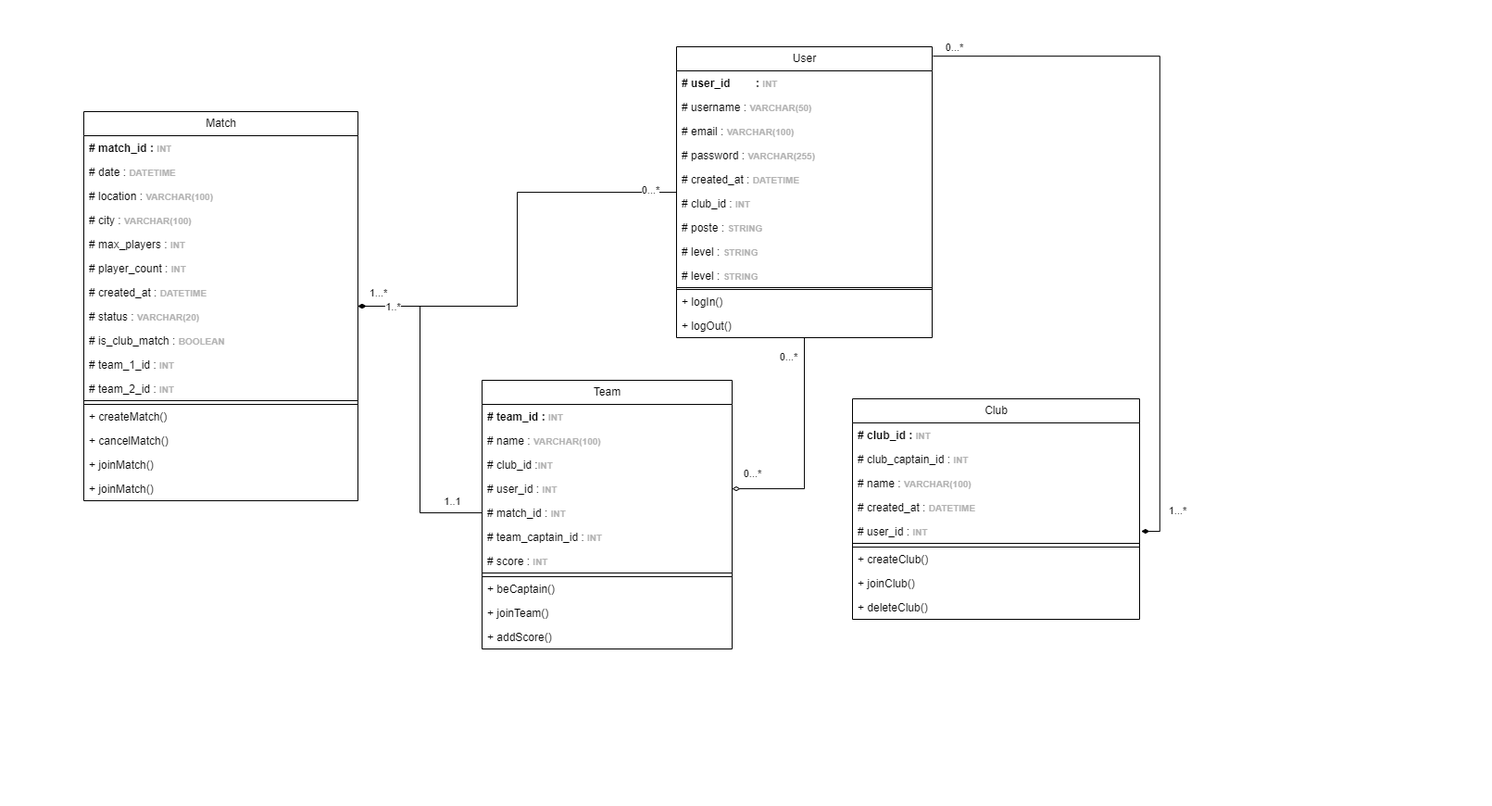
Before: UML Classes.drawio.png, a diagram exported from draw.io (Mathistrg/Styx). Source tidied: cells renumbered, new cells last; positions are measured from the earlier drawing's top-left corner, leaving out a move shared by most shapes.
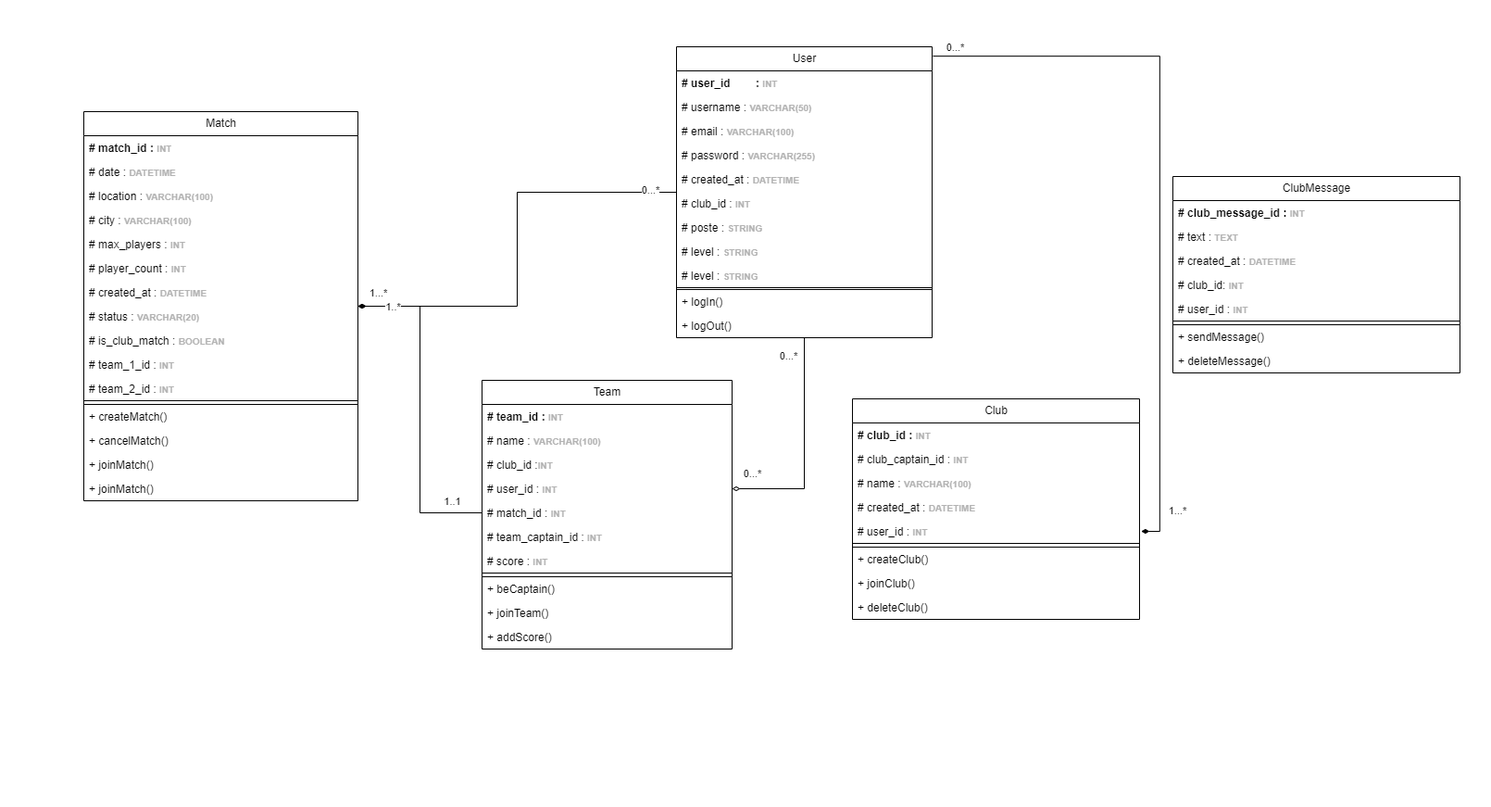
The same diagram one commit later.

Commit message:
Mettre à jour UML Classes.drawio.png

Diff of the diagram source:
```diff
@@ -218,5 +218,32 @@
         <mxPoint x="241" y="490" as="offset" />
       </mxGeometry>
     </mxCell>
+    <mxCell id="67" value="ClubMessage" style="swimlane;fontStyle=0;horizontal=1;startSize=26;fillColor=none;html=1;" parent="1" vertex="1">
+      <mxGeometry x="1266" y="190" width="310" height="212" as="geometry" />
+    </mxCell>
+    <mxCell id="68" value="&lt;b&gt;# club_message_id :&amp;nbsp;&lt;font color=&quot;#b3b3b3&quot;&gt;&lt;span style=&quot;font-size: 10px;&quot;&gt;INT&amp;nbsp;&lt;/span&gt;&lt;/font&gt;&lt;/b&gt;" style="text;strokeColor=none;fillColor=none;align=left;verticalAlign=top;spacingLeft=4;spacingRight=4;overflow=hidden;whiteSpace=wrap;html=1;" parent="67" vertex="1">
+      <mxGeometry y="26" width="310" height="26" as="geometry" />
+    </mxCell>
+    <mxCell id="69" value="# text :&amp;nbsp;&lt;b style=&quot;color: rgb(179, 179, 179); font-size: 10px;&quot;&gt;TEXT&amp;nbsp;&lt;/b&gt;" style="text;strokeColor=none;fillColor=none;align=left;verticalAlign=top;spacingLeft=4;spacingRight=4;overflow=hidden;whiteSpace=wrap;html=1;" parent="67" vertex="1">
+      <mxGeometry y="52" width="310" height="26" as="geometry" />
+    </mxCell>
+    <mxCell id="70" value="# created_at :&amp;nbsp;&lt;b style=&quot;color: rgb(179, 179, 179); font-size: 10px;&quot;&gt;DATETIME&amp;nbsp;&lt;/b&gt;" style="text;strokeColor=none;fillColor=none;align=left;verticalAlign=top;spacingLeft=4;spacingRight=4;overflow=hidden;whiteSpace=wrap;html=1;" parent="67" vertex="1">
+      <mxGeometry y="78" width="310" height="26" as="geometry" />
+    </mxCell>
+    <mxCell id="71" value="# club_id:&amp;nbsp;&lt;b style=&quot;color: rgb(179, 179, 179); font-size: 10px;&quot;&gt;INT&lt;/b&gt;" style="text;strokeColor=none;fillColor=none;align=left;verticalAlign=top;spacingLeft=4;spacingRight=4;overflow=hidden;whiteSpace=wrap;html=1;" parent="67" vertex="1">
+      <mxGeometry y="104" width="310" height="26" as="geometry" />
+    </mxCell>
+    <mxCell id="72" value="# user_id :&amp;nbsp;&lt;b style=&quot;color: rgb(179, 179, 179); font-size: 10px;&quot;&gt;INT&amp;nbsp;&lt;/b&gt;" style="text;strokeColor=none;fillColor=none;align=left;verticalAlign=top;spacingLeft=4;spacingRight=4;overflow=hidden;whiteSpace=wrap;html=1;" parent="67" vertex="1">
+      <mxGeometry y="130" width="310" height="26" as="geometry" />
+    </mxCell>
+    <mxCell id="73" value="user_id&lt;span style=&quot;white-space: pre;&quot;&gt;&#9;&lt;/span&gt;&lt;span style=&quot;white-space: pre;&quot;&gt;&#9;&lt;/span&gt;&lt;b style=&quot;color: rgb(179, 179, 179); font-size: 10px;&quot;&gt;INT&amp;nbsp;&lt;/b&gt;" style="text;strokeColor=default;fillColor=none;align=left;verticalAlign=top;spacingLeft=4;spacingRight=4;overflow=hidden;whiteSpace=wrap;html=1;" parent="67" vertex="1">
+      <mxGeometry y="156" width="310" height="4" as="geometry" />
+    </mxCell>
+    <mxCell id="74" value="+ sendMessage()" style="text;strokeColor=none;fillColor=none;align=left;verticalAlign=top;spacingLeft=4;spacingRight=4;overflow=hidden;whiteSpace=wrap;html=1;" parent="67" vertex="1">
+      <mxGeometry y="160" width="310" height="26" as="geometry" />
+    </mxCell>
+    <mxCell id="75" value="+ deleteMessage()" style="text;strokeColor=none;fillColor=none;align=left;verticalAlign=top;spacingLeft=4;spacingRight=4;overflow=hidden;whiteSpace=wrap;html=1;" parent="67" vertex="1">
+      <mxGeometry y="186" width="310" height="26" as="geometry" />
+    </mxCell>
   </root>
 </mxGraphModel>
```
